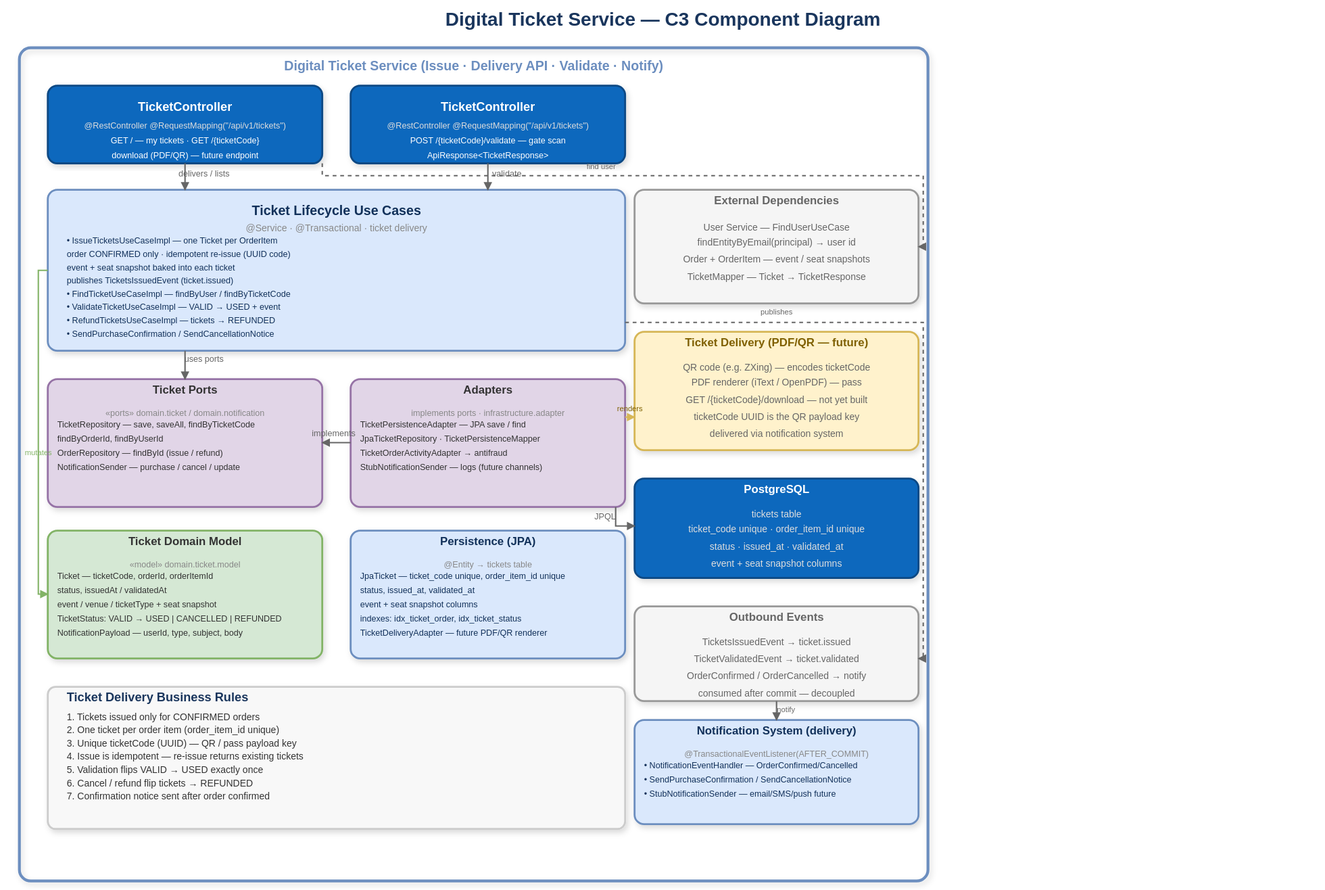
The draw.io diagram diagrams/c4model/ticketwave-c3-digital-ticket-service.drawio.svg in Juanchoque1206/soe-TicketWave, before a commit. Source tidied: cells renumbered, new cells last; positions are measured from the earlier drawing's top-left corner, leaving out a move shared by most shapes.
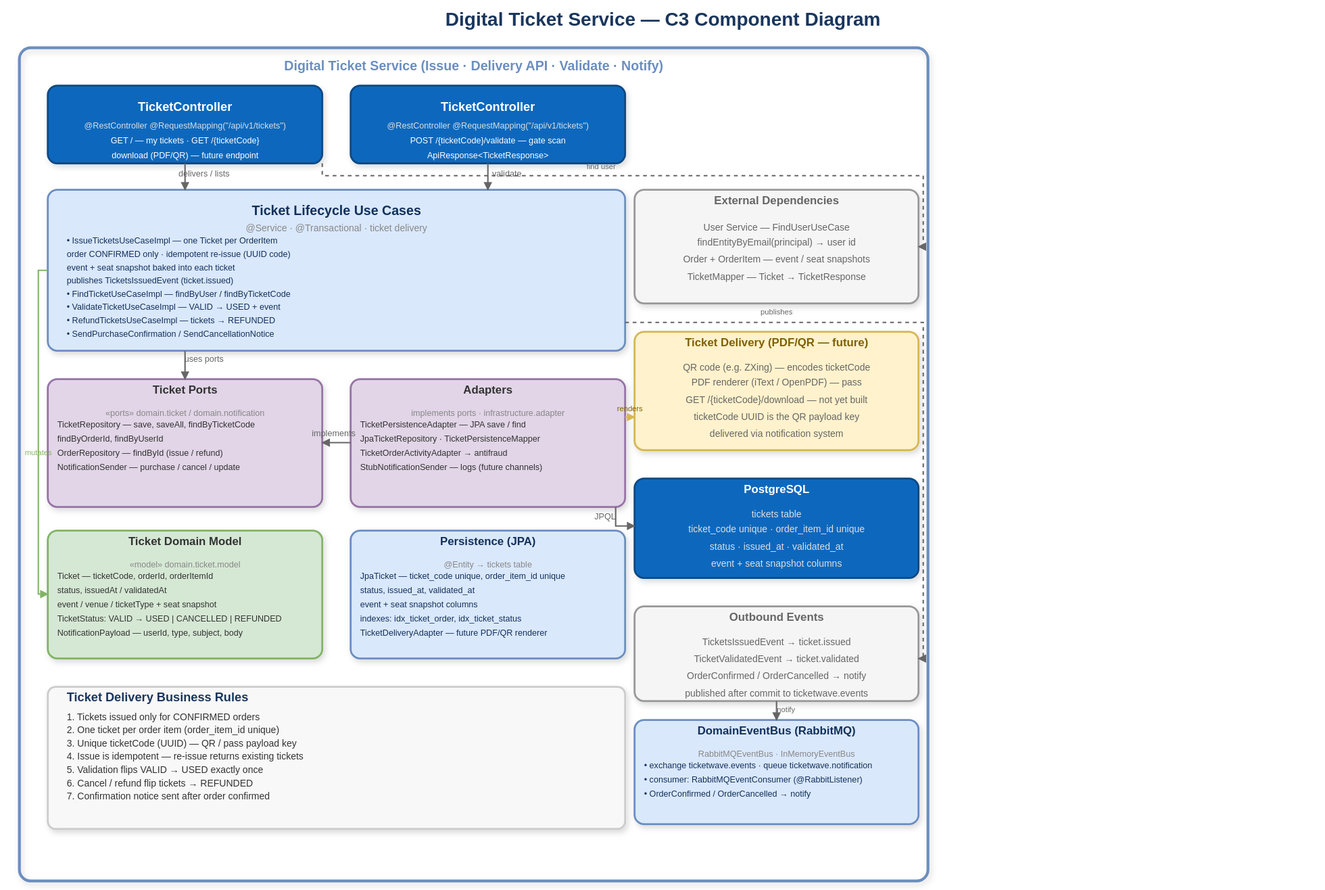
Later version of the same file.

Commit message:
feat: changes .svg diagrams, add event bus

What changed in the source:
```diff
@@ -266,22 +266,22 @@
     <mxCell id="89" value="OrderConfirmed / OrderCancelled → notify" style="text;html=0;align=center;fontSize=10;fontColor=#666666;" parent="1" vertex="1">
       <mxGeometry x="650" y="700" width="300" height="16" as="geometry" />
     </mxCell>
-    <mxCell id="90" value="consumed after commit — decoupled" style="text;html=0;align=center;fontSize=10;fontColor=#666666;" parent="1" vertex="1">
+    <mxCell id="90" value="published after commit to ticketwave.events" style="text;html=0;align=center;fontSize=10;fontColor=#666666;" parent="1" vertex="1">
       <mxGeometry x="650" y="718" width="300" height="16" as="geometry" />
     </mxCell>
-    <mxCell id="91" value="Notification System (delivery)" style="text;html=0;align=center;fontSize=12;fontStyle=1;fontColor=#12315a;" parent="1" vertex="1">
+    <mxCell id="91" value="DomainEventBus (RabbitMQ)" style="text;html=0;align=center;fontSize=12;fontStyle=1;fontColor=#12315a;" parent="1" vertex="1">
       <mxGeometry x="650" y="760" width="300" height="18" as="geometry" />
     </mxCell>
-    <mxCell id="92" value="@TransactionalEventListener(AFTER_COMMIT)" style="text;html=0;align=center;fontSize=9;fontColor=#888888;" parent="1" vertex="1">
+    <mxCell id="92" value="RabbitMQEventBus · InMemoryEventBus" style="text;html=0;align=center;fontSize=9;fontColor=#888888;" parent="1" vertex="1">
       <mxGeometry x="650" y="780" width="300" height="14" as="geometry" />
     </mxCell>
-    <mxCell id="93" value="• NotificationEventHandler — OrderConfirmed/Cancelled" style="text;html=0;align=left;fontSize=9;fontColor=#12315a;" parent="1" vertex="1">
+    <mxCell id="93" value="• exchange ticketwave.events · queue ticketwave.notification" style="text;html=0;align=left;fontSize=9;fontColor=#12315a;" parent="1" vertex="1">
       <mxGeometry x="660" y="798" width="280" height="14" as="geometry" />
     </mxCell>
-    <mxCell id="94" value="• SendPurchaseConfirmation / SendCancellationNotice" style="text;html=0;align=left;fontSize=9;fontColor=#12315a;" parent="1" vertex="1">
+    <mxCell id="94" value="• consumer: RabbitMQEventConsumer (@RabbitListener)" style="text;html=0;align=left;fontSize=9;fontColor=#12315a;" parent="1" vertex="1">
       <mxGeometry x="660" y="813" width="280" height="14" as="geometry" />
     </mxCell>
-    <mxCell id="95" value="• StubNotificationSender — email/SMS/push future" style="text;html=0;align=left;fontSize=9;fontColor=#12315a;" parent="1" vertex="1">
+    <mxCell id="95" value="• OrderConfirmed / OrderCancelled → notify" style="text;html=0;align=left;fontSize=9;fontColor=#12315a;" parent="1" vertex="1">
       <mxGeometry x="660" y="828" width="280" height="14" as="geometry" />
     </mxCell>
     <mxCell id="96" value="delivers / lists" style="html=1;endArrow=block;endFill=1;strokeColor=#666666;" parent="1" edge="1" source="3" target="5">
```
